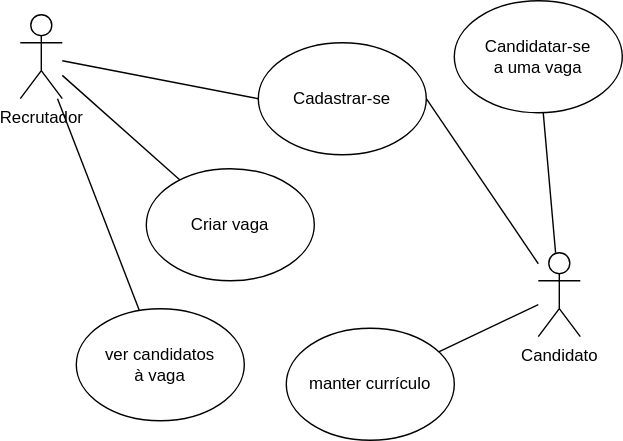
jonnathas/estudo keeps this draw.io diagram as vagas/diagramas/casos-de-uso.svg. Above is the earlier version. Source tidied: cells renumbered, new cells last; positions are measured from the earlier drawing's top-left corner, leaving out a move shared by most shapes.
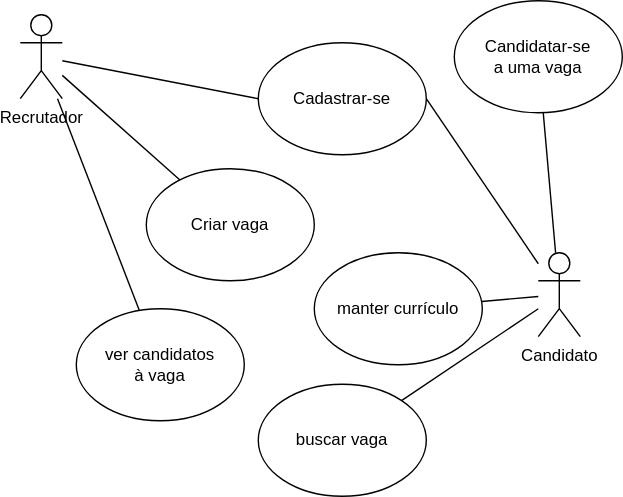
The same file after the commit.

Commit message:
"Criando caso de uso buscar vaga"

What changed in the source:
```diff
@@ -26,6 +26,9 @@
     <mxCell id="9" style="edgeStyle=none;rounded=0;jettySize=auto;html=1;endArrow=none;endFill=0;" parent="1" edge="1" source="10" target="13">
       <mxGeometry relative="1" as="geometry" />
     </mxCell>
+    <mxCell id="15" style="edgeStyle=none;rounded=0;jettySize=auto;html=1;endArrow=none;endFill=0;" parent="1" edge="1" source="10" target="16">
+      <mxGeometry relative="1" as="geometry" />
+    </mxCell>
     <mxCell id="10" value="Candidato" style="shape=umlActor;verticalLabelPosition=bottom;verticalAlign=top;html=1;outlineConnect=0;" parent="1" vertex="1">
       <mxGeometry x="370" y="180" width="30" height="60" as="geometry" />
     </mxCell>
@@ -36,10 +39,13 @@
       <mxGeometry x="310" width="120" height="80" as="geometry" />
     </mxCell>
     <mxCell id="13" value="manter currículo" style="ellipse;whiteSpace=wrap;html=1;" parent="1" vertex="1">
-      <mxGeometry x="190" y="234" width="120" height="80" as="geometry" />
+      <mxGeometry x="210" y="180" width="120" height="80" as="geometry" />
     </mxCell>
     <mxCell id="14" value="ver candidatos&lt;br&gt;à vaga" style="ellipse;whiteSpace=wrap;html=1;" parent="1" vertex="1">
       <mxGeometry x="40" y="220" width="120" height="80" as="geometry" />
     </mxCell>
+    <mxCell id="16" value="buscar vaga" style="ellipse;whiteSpace=wrap;html=1;" parent="1" vertex="1">
+      <mxGeometry x="170" y="274" width="120" height="80" as="geometry" />
+    </mxCell>
   </root>
 </mxGraphModel>
```
